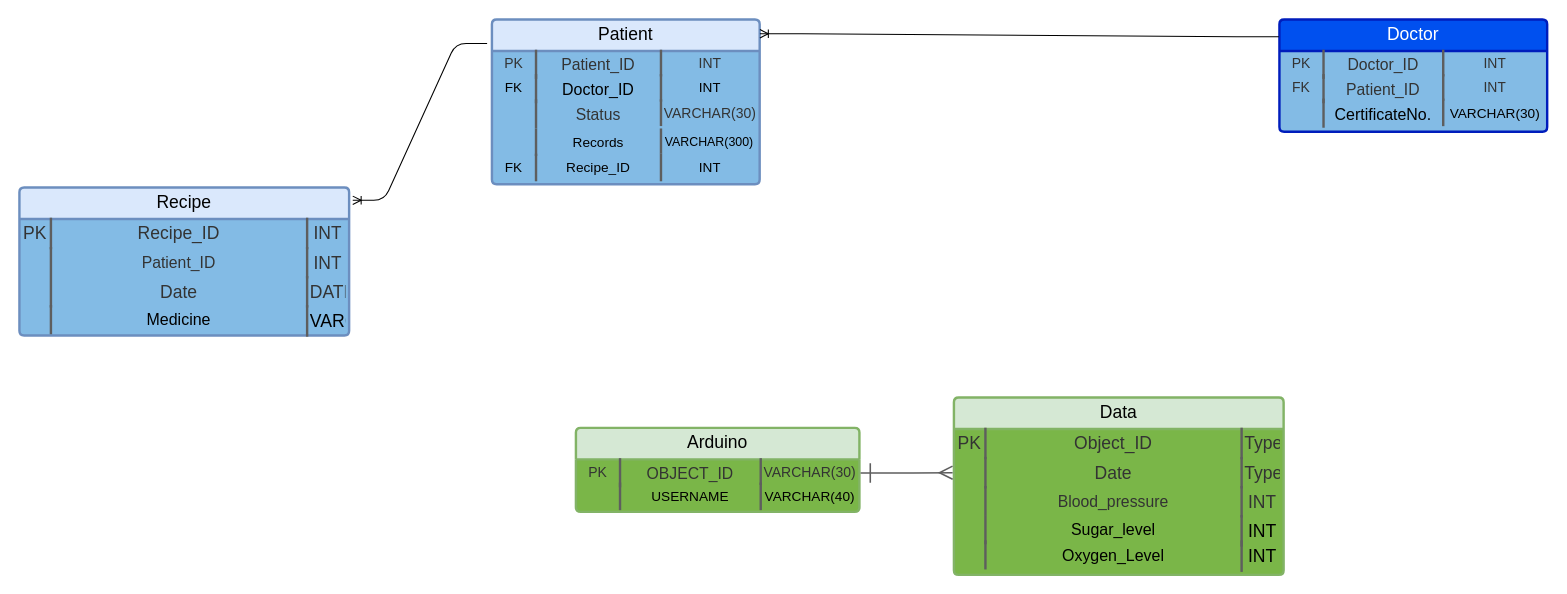
The draw.io diagram Untitled Diagram.drawio in HostVital-IoT/BackEnd, before the edit. Source tidied: cells renumbered, new cells numbered last; positions are measured from the earlier drawing's top-left corner, leaving out a move shared by most shapes. Both pictures are drawn from the tidied source at 105%, with x=0, y=0 at pixel (19, 19).
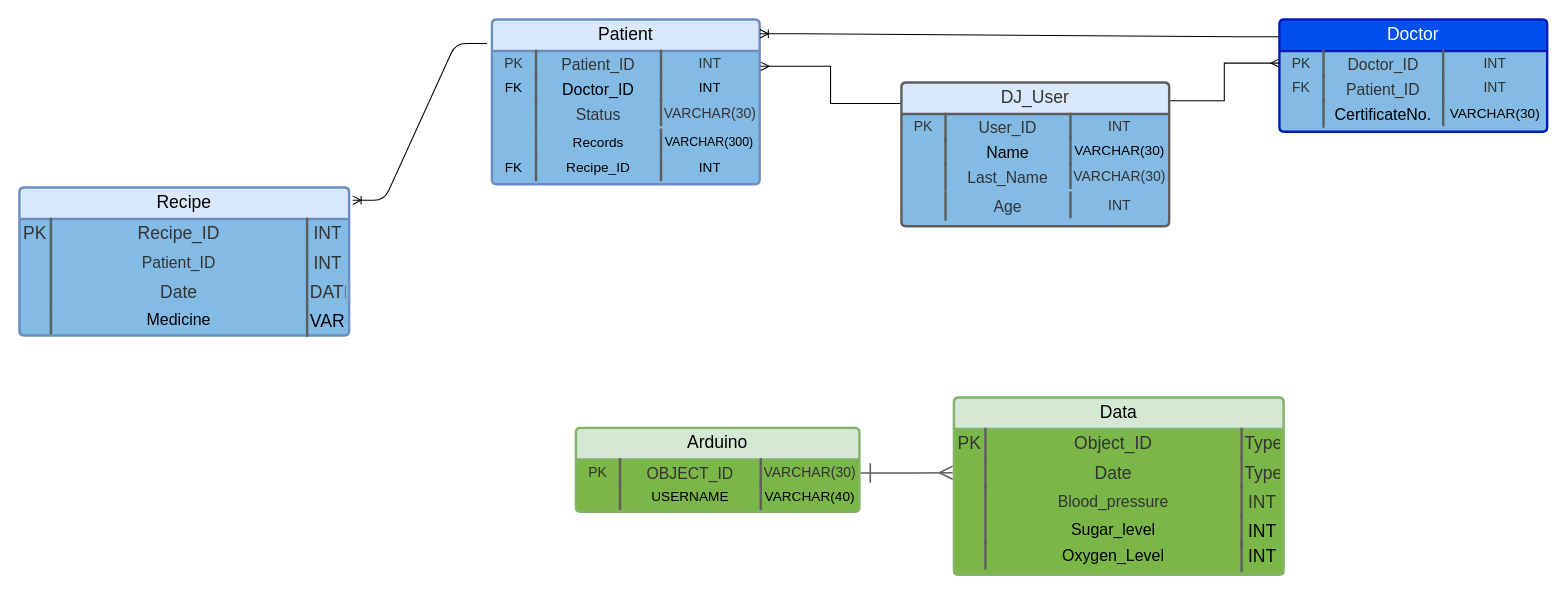
After the change.

Commit message:
DJ_User table

Unchanged cells that the change refers to:
```xml
<mxCell id="5" value="INT" style="shape=partialRectangle;top=0;right=0;bottom=0;align=left;verticalAlign=top;spacingLeft=4;spacingRight=4;overflow=hidden;points=[[0,0.5],[1,0.5]];portConstraint=eastwest;whiteSpace=wrap;swimlaneFillColor=#83bbe5;whiteSpace=wrap;fontSize=13.3;fontColor=#333333;align=center;fillColor=none;strokeOpacity=100;fillOpacity=100;whiteSpace=wrap;spacing=0;strokeColor=#5e5e5e;rounded=1;absoluteArcSize=1;arcSize=9;strokeWidth=2.3;" parent="2" vertex="1">
  <mxGeometry x="161" y="30" width="94" height="23.2" as="geometry" />
</mxCell>
<mxCell id="19" value="PK" style="strokeColor=none;align=center;verticalAlign=top;spacingLeft=4;spacingRight=4;overflow=hidden;points=[[0,0.5],[1,0.5]];portConstraint=eastwest;whiteSpace=wrap;swimlaneFillColor=#83bbe5;whiteSpace=wrap;fontSize=13.3;fontColor=#333333;align=center;fillColor=none;strokeOpacity=100;fillOpacity=100;whiteSpace=wrap;spacing=0;rounded=1;absoluteArcSize=1;arcSize=9;strokeWidth=2.3;" parent="18" vertex="1">
  <mxGeometry y="30" width="42" height="23.2" as="geometry" />
</mxCell>
```

Change to the diagram source:
```diff
@@
-    <mxCell id="2" value="Patient" style="html=1;overflow=block;blockSpacing=1;whiteSpace=wrap;swimlane;fontStyle=0;swimlaneFillColor=#83bbe5;startSize=30;whiteSpace=wrap;fontSize=16.7;align=center;fillColor=#dae8fc;whiteSpace=wrap;spacing=0;strokeColor=#6c8ebf;strokeOpacity=100;fillOpacity=100;rounded=1;absoluteArcSize=1;arcSize=9;strokeWidth=2.3;" parent="1" vertex="1">
+    <mxCell id="2" value="Patient" style="html=1;overflow=block;blockSpacing=1;whiteSpace=wrap;swimlane;fontStyle=0;swimlaneFillColor=#83bbe5;startSize=30;whiteSpace=wrap;fontSize=16.7;align=center;whiteSpace=wrap;spacing=0;strokeColor=#6c8ebf;strokeOpacity=100;fillOpacity=100;rounded=1;absoluteArcSize=1;arcSize=9;strokeWidth=2.3;fillColor=#DAE8FC;" parent="1" vertex="1">
       <mxGeometry x="450" width="255" height="157" as="geometry" />
     </mxCell>
@@
+    <mxCell id="67" style="edgeStyle=orthogonalEdgeStyle;rounded=0;jettySize=auto;html=1;entryX=1.011;entryY=0.631;entryDx=0;entryDy=0;entryPerimeter=0;endArrow=ERmany;endFill=0;exitX=0;exitY=0.146;exitDx=0;exitDy=0;exitPerimeter=0;" parent="1" edge="1" source="69" target="5">
+      <mxGeometry relative="1" as="geometry" />
+    </mxCell>
+    <mxCell id="68" style="edgeStyle=orthogonalEdgeStyle;rounded=0;jettySize=auto;html=1;exitX=1.002;exitY=0.128;exitDx=0;exitDy=0;entryX=0;entryY=0.5;entryDx=0;entryDy=0;endArrow=ERmany;endFill=0;exitPerimeter=0;" parent="1" edge="1" source="69" target="19">
+      <mxGeometry relative="1" as="geometry" />
+    </mxCell>
+    <mxCell id="69" value="DJ_User" style="html=1;overflow=block;blockSpacing=1;whiteSpace=wrap;swimlane;fontStyle=0;swimlaneFillColor=#83bbe5;startSize=30;whiteSpace=wrap;fontSize=16.7;fontColor=#333333;align=center;whiteSpace=wrap;spacing=0;strokeColor=#5e5e5e;strokeOpacity=100;fillOpacity=100;rounded=1;absoluteArcSize=1;arcSize=9;strokeWidth=2.3;fillColor=#DAE8FC;" parent="1" vertex="1">
+      <mxGeometry x="840" y="60" width="255" height="137" as="geometry" />
+    </mxCell>
+    <mxCell id="70" value="PK" style="strokeColor=none;align=center;verticalAlign=top;spacingLeft=4;spacingRight=4;overflow=hidden;whiteSpace=wrap;swimlaneFillColor=#83bbe5;whiteSpace=wrap;fontSize=13.3;fontColor=#333333;align=center;fillColor=none;strokeOpacity=100;fillOpacity=100;whiteSpace=wrap;spacing=0;rounded=1;absoluteArcSize=1;arcSize=9;strokeWidth=2.3;" parent="69" vertex="1">
+      <mxGeometry y="30" width="42" height="23.2" as="geometry" />
+    </mxCell>
+    <mxCell id="71" value="User_ID" style="shape=partialRectangle;top=0;right=0;bottom=0;align=left;verticalAlign=top;spacingLeft=4;spacingRight=4;overflow=hidden;whiteSpace=wrap;swimlaneFillColor=#83bbe5;whiteSpace=wrap;fontSize=15;fontColor=#333333;align=center;fillColor=none;strokeOpacity=100;fillOpacity=100;whiteSpace=wrap;spacing=0;strokeColor=#5e5e5e;rounded=1;absoluteArcSize=1;arcSize=9;strokeWidth=2.3;" parent="69" vertex="1">
+      <mxGeometry x="42" y="30" width="119" height="25.5" as="geometry" />
+    </mxCell>
+    <mxCell id="72" value="INT" style="shape=partialRectangle;top=0;right=0;bottom=0;align=left;verticalAlign=top;spacingLeft=4;spacingRight=4;overflow=hidden;whiteSpace=wrap;swimlaneFillColor=#83bbe5;whiteSpace=wrap;fontSize=13.3;fontColor=#333333;align=center;fillColor=none;strokeOpacity=100;fillOpacity=100;whiteSpace=wrap;spacing=0;strokeColor=#5e5e5e;rounded=1;absoluteArcSize=1;arcSize=9;strokeWidth=2.3;" parent="69" vertex="1">
+      <mxGeometry x="161" y="30" width="94" height="23.2" as="geometry" />
+    </mxCell>
+    <mxCell id="73" style="strokeColor=none;align=center;verticalAlign=top;spacingLeft=4;spacingRight=4;overflow=hidden;whiteSpace=wrap;swimlaneFillColor=#83bbe5;whiteSpace=wrap;fontSize=13;fillColor=none;strokeOpacity=100;fillOpacity=100;whiteSpace=wrap;spacing=0;rounded=1;absoluteArcSize=1;arcSize=9;strokeWidth=2.3;" parent="69" vertex="1">
+      <mxGeometry y="53.2" width="42" height="24" as="geometry" />
+    </mxCell>
+    <mxCell id="74" value="Name" style="shape=partialRectangle;top=0;right=0;bottom=0;align=left;verticalAlign=top;spacingLeft=4;spacingRight=4;overflow=hidden;whiteSpace=wrap;swimlaneFillColor=#83bbe5;whiteSpace=wrap;fontSize=15.2;align=center;fillColor=none;strokeOpacity=100;fillOpacity=100;whiteSpace=wrap;spacing=0;strokeColor=#5e5e5e;rounded=1;absoluteArcSize=1;arcSize=9;strokeWidth=2.3;" parent="69" vertex="1">
+      <mxGeometry x="42" y="53.2" width="119" height="25.5" as="geometry" />
+    </mxCell>
+    <mxCell id="75" value="VARCHAR(30)" style="shape=partialRectangle;top=0;right=0;bottom=0;align=left;verticalAlign=top;spacingLeft=4;spacingRight=4;overflow=hidden;whiteSpace=wrap;swimlaneFillColor=#83bbe5;whiteSpace=wrap;fontSize=13;align=center;fillColor=none;strokeOpacity=100;fillOpacity=100;whiteSpace=wrap;spacing=0;strokeColor=#5e5e5e;rounded=1;absoluteArcSize=1;arcSize=9;strokeWidth=2.3;" parent="69" vertex="1">
+      <mxGeometry x="161" y="53.2" width="94" height="24" as="geometry" />
+    </mxCell>
+    <mxCell id="76" style="strokeColor=none;align=center;verticalAlign=top;spacingLeft=4;spacingRight=4;overflow=hidden;whiteSpace=wrap;swimlaneFillColor=#83bbe5;whiteSpace=wrap;fontSize=13;align=center;fillColor=none;strokeOpacity=100;fillOpacity=100;whiteSpace=wrap;spacing=0;rounded=1;absoluteArcSize=1;arcSize=9;strokeWidth=2.3;" parent="69" vertex="1">
+      <mxGeometry y="77.2" width="42" height="27.8" as="geometry" />
+    </mxCell>
+    <mxCell id="77" value="Last_Name" style="shape=partialRectangle;top=0;right=0;bottom=0;align=left;verticalAlign=top;spacingLeft=4;spacingRight=4;overflow=hidden;whiteSpace=wrap;swimlaneFillColor=#83bbe5;whiteSpace=wrap;fontSize=15;fontColor=#333333;align=center;fillColor=none;strokeOpacity=100;fillOpacity=100;whiteSpace=wrap;spacing=0;strokeColor=#5e5e5e;rounded=1;absoluteArcSize=1;arcSize=9;strokeWidth=2.3;" parent="69" vertex="1">
+      <mxGeometry x="42" y="77.2" width="119" height="25.5" as="geometry" />
+    </mxCell>
+    <mxCell id="78" value="VARCHAR(30)" style="shape=partialRectangle;top=0;right=0;bottom=0;align=left;verticalAlign=top;spacingLeft=4;spacingRight=4;overflow=hidden;whiteSpace=wrap;swimlaneFillColor=#83bbe5;whiteSpace=wrap;fontSize=13.3;fontColor=#333333;align=center;fillColor=none;strokeOpacity=100;fillOpacity=100;whiteSpace=wrap;spacing=0;strokeColor=#5e5e5e;rounded=1;absoluteArcSize=1;arcSize=9;strokeWidth=2.3;" parent="69" vertex="1">
+      <mxGeometry x="161" y="77.2" width="94" height="23.2" as="geometry" />
+    </mxCell>
+    <mxCell id="79" style="strokeColor=none;align=center;verticalAlign=top;spacingLeft=4;spacingRight=4;overflow=hidden;whiteSpace=wrap;swimlaneFillColor=#83bbe5;whiteSpace=wrap;fontSize=13;align=center;fillColor=none;strokeOpacity=100;fillOpacity=100;whiteSpace=wrap;spacing=0;rounded=1;absoluteArcSize=1;arcSize=9;strokeWidth=2.3;" parent="69" vertex="1">
+      <mxGeometry y="105" width="42" height="27.8" as="geometry" />
+    </mxCell>
+    <mxCell id="80" value="Age" style="shape=partialRectangle;top=0;right=0;bottom=0;align=left;verticalAlign=top;spacingLeft=4;spacingRight=4;overflow=hidden;whiteSpace=wrap;swimlaneFillColor=#83bbe5;whiteSpace=wrap;fontSize=15;fontColor=#333333;align=center;fillColor=none;strokeOpacity=100;fillOpacity=100;whiteSpace=wrap;spacing=0;strokeColor=#5e5e5e;rounded=1;absoluteArcSize=1;arcSize=9;strokeWidth=2.3;" parent="69" vertex="1">
+      <mxGeometry x="42" y="105" width="119" height="25.5" as="geometry" />
+    </mxCell>
+    <mxCell id="81" value="INT" style="shape=partialRectangle;top=0;right=0;bottom=0;align=left;verticalAlign=top;spacingLeft=4;spacingRight=4;overflow=hidden;whiteSpace=wrap;swimlaneFillColor=#83bbe5;whiteSpace=wrap;fontSize=13.3;fontColor=#333333;align=center;fillColor=none;strokeOpacity=100;fillOpacity=100;whiteSpace=wrap;spacing=0;strokeColor=#5e5e5e;rounded=1;absoluteArcSize=1;arcSize=9;strokeWidth=2.3;" parent="69" vertex="1">
+      <mxGeometry x="161" y="105" width="94" height="23.2" as="geometry" />
+    </mxCell>
```
